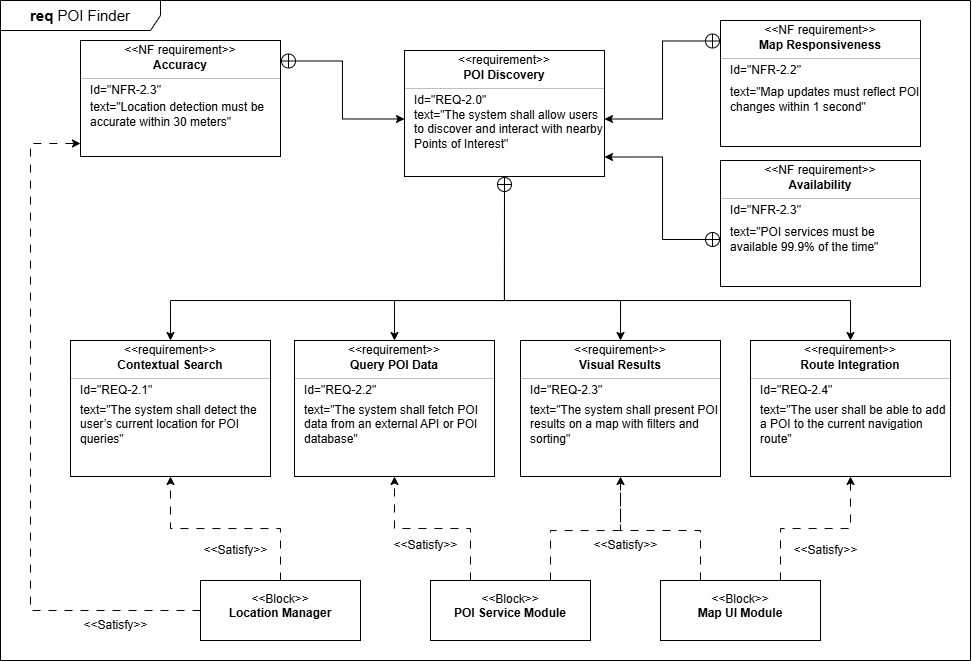
Earlier version of the draw.io export Diagrams/Requirement/Félix/POI_finder_requirement.png (luislamy/msp). Source tidied: cells renumbered, new cells last; positions are measured from the earlier drawing's top-left corner, leaving out a move shared by most shapes.
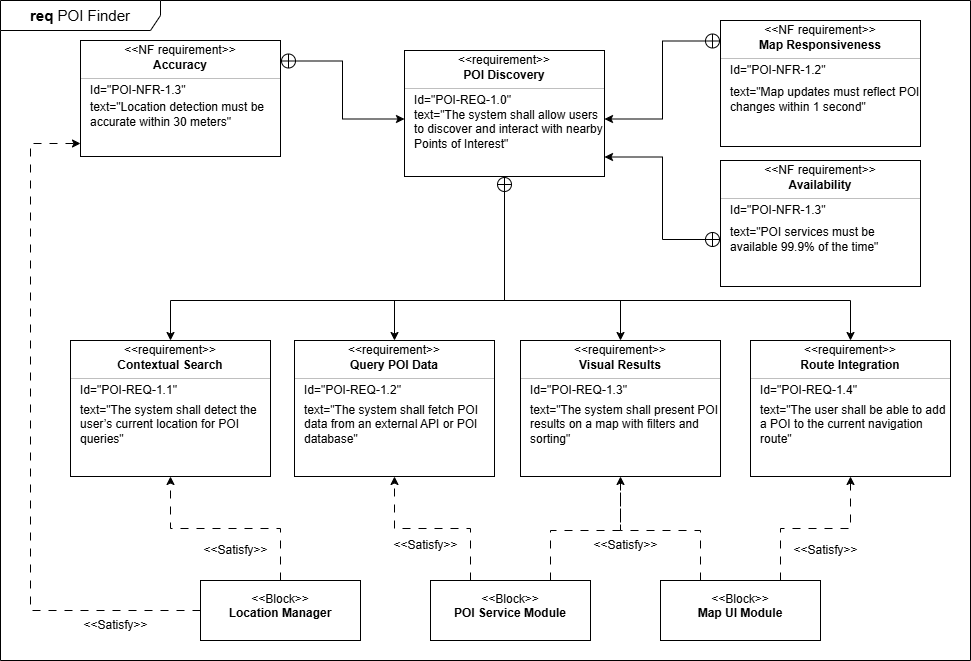
The same file after the commit.

Diff of the diagram source:
```diff
@@ -17,7 +17,7 @@
     <mxCell id="6" style="line;strokeWidth=0.25;fillColor=none;align=left;verticalAlign=middle;spacingTop=-1;spacingLeft=3;spacingRight=3;labelPosition=right;" parent="3" vertex="1">
       <mxGeometry y="34" width="200" height="8" as="geometry" />
     </mxCell>
-    <mxCell id="7" value="Id=&quot;&lt;span style=&quot;background-color: transparent;&quot;&gt;REQ-2.2&lt;/span&gt;&quot;" style="html=1;align=left;spacing=0;verticalAlign=middle;strokeColor=none;fillColor=none;whiteSpace=wrap;spacingLeft=10;" parent="3" vertex="1">
+    <mxCell id="7" value="Id=&quot;&lt;span style=&quot;background-color: transparent;&quot;&gt;POI-REQ-1.2&lt;/span&gt;&quot;" style="html=1;align=left;spacing=0;verticalAlign=middle;strokeColor=none;fillColor=none;whiteSpace=wrap;spacingLeft=10;" parent="3" vertex="1">
       <mxGeometry y="42" width="200" height="16" as="geometry" />
     </mxCell>
     <mxCell id="8" value="text=&quot;The system shall fetch POI data from an external API or POI database&quot;" style="html=1;align=left;spacing=0;verticalAlign=middle;strokeColor=none;fillColor=none;whiteSpace=wrap;spacingLeft=10;" parent="3" vertex="1">
@@ -38,7 +38,7 @@
     <mxCell id="13" style="line;strokeWidth=0.25;fillColor=none;align=left;verticalAlign=middle;spacingTop=-1;spacingLeft=3;spacingRight=3;labelPosition=right;" parent="10" vertex="1">
       <mxGeometry y="34" width="200" height="8" as="geometry" />
     </mxCell>
-    <mxCell id="14" value="Id=&quot;&lt;span style=&quot;background-color: transparent;&quot;&gt;REQ-2.3&lt;/span&gt;&quot;" style="html=1;align=left;spacing=0;verticalAlign=middle;strokeColor=none;fillColor=none;whiteSpace=wrap;spacingLeft=10;" parent="10" vertex="1">
+    <mxCell id="14" value="Id=&quot;&lt;span style=&quot;background-color: transparent;&quot;&gt;POI-REQ-1.3&lt;/span&gt;&quot;" style="html=1;align=left;spacing=0;verticalAlign=middle;strokeColor=none;fillColor=none;whiteSpace=wrap;spacingLeft=10;" parent="10" vertex="1">
       <mxGeometry y="42" width="200" height="16" as="geometry" />
     </mxCell>
     <mxCell id="15" value="text=&quot;The system shall present POI results on a map with filters and sorting&lt;span style=&quot;background-color: transparent; color: light-dark(rgb(0, 0, 0), rgb(255, 255, 255));&quot;&gt;&quot;&lt;/span&gt;" style="html=1;align=left;spacing=0;verticalAlign=middle;strokeColor=none;fillColor=none;whiteSpace=wrap;spacingLeft=10;" parent="10" vertex="1">
@@ -103,7 +103,7 @@
     <mxCell id="31" style="line;strokeWidth=0.25;fillColor=none;align=left;verticalAlign=middle;spacingTop=-1;spacingLeft=3;spacingRight=3;labelPosition=right;" parent="28" vertex="1">
       <mxGeometry y="34" width="200" height="8" as="geometry" />
     </mxCell>
-    <mxCell id="32" value="Id=&quot;&lt;span style=&quot;background-color: transparent;&quot;&gt;REQ-2.0&lt;/span&gt;&quot;" style="html=1;align=left;spacing=0;verticalAlign=middle;strokeColor=none;fillColor=none;whiteSpace=wrap;spacingLeft=10;" parent="28" vertex="1">
+    <mxCell id="32" value="Id=&quot;&lt;span style=&quot;background-color: transparent;&quot;&gt;POI-REQ-1.0&lt;/span&gt;&quot;" style="html=1;align=left;spacing=0;verticalAlign=middle;strokeColor=none;fillColor=none;whiteSpace=wrap;spacingLeft=10;" parent="28" vertex="1">
       <mxGeometry y="42" width="200" height="16" as="geometry" />
     </mxCell>
     <mxCell id="33" value="text=&quot;The system shall allow users to discover and interact with nearby Points of Interest&quot;" style="html=1;align=left;spacing=0;verticalAlign=middle;strokeColor=none;fillColor=none;whiteSpace=wrap;spacingLeft=10;" parent="28" vertex="1">
@@ -124,7 +124,7 @@
     <mxCell id="38" style="line;strokeWidth=0.25;fillColor=none;align=left;verticalAlign=middle;spacingTop=-1;spacingLeft=3;spacingRight=3;labelPosition=right;" parent="35" vertex="1">
       <mxGeometry y="34" width="200" height="8" as="geometry" />
     </mxCell>
-    <mxCell id="39" value="Id=&quot;&lt;span style=&quot;background-color: transparent;&quot;&gt;REQ-2.1&lt;/span&gt;&quot;" style="html=1;align=left;spacing=0;verticalAlign=middle;strokeColor=none;fillColor=none;whiteSpace=wrap;spacingLeft=10;" parent="35" vertex="1">
+    <mxCell id="39" value="Id=&quot;&lt;span style=&quot;background-color: transparent;&quot;&gt;POI-REQ-1.1&lt;/span&gt;&quot;" style="html=1;align=left;spacing=0;verticalAlign=middle;strokeColor=none;fillColor=none;whiteSpace=wrap;spacingLeft=10;" parent="35" vertex="1">
       <mxGeometry y="42" width="200" height="16" as="geometry" />
     </mxCell>
     <mxCell id="40" value="text=&quot;The system shall detect the user’s current location for POI queries&lt;span style=&quot;background-color: transparent; color: light-dark(rgb(0, 0, 0), rgb(255, 255, 255));&quot;&gt;&quot;&lt;/span&gt;" style="html=1;align=left;spacing=0;verticalAlign=middle;strokeColor=none;fillColor=none;whiteSpace=wrap;spacingLeft=10;" parent="35" vertex="1">
@@ -169,7 +169,7 @@
     <mxCell id="48" style="line;strokeWidth=0.25;fillColor=none;align=left;verticalAlign=middle;spacingTop=-1;spacingLeft=3;spacingRight=3;labelPosition=right;" parent="45" vertex="1">
       <mxGeometry y="34" width="200" height="8" as="geometry" />
     </mxCell>
-    <mxCell id="49" value="Id=&quot;&lt;span style=&quot;background-color: transparent;&quot;&gt;NFR-2.2&lt;/span&gt;&quot;" style="html=1;align=left;spacing=0;verticalAlign=middle;strokeColor=none;fillColor=none;whiteSpace=wrap;spacingLeft=10;" parent="45" vertex="1">
+    <mxCell id="49" value="Id=&quot;&lt;span style=&quot;background-color: transparent;&quot;&gt;POI-NFR-1.2&lt;/span&gt;&quot;" style="html=1;align=left;spacing=0;verticalAlign=middle;strokeColor=none;fillColor=none;whiteSpace=wrap;spacingLeft=10;" parent="45" vertex="1">
       <mxGeometry y="42" width="200" height="16" as="geometry" />
     </mxCell>
     <mxCell id="50" value="text=&quot;Map updates must reflect POI changes within 1 second&lt;span style=&quot;background-color: transparent; color: light-dark(rgb(0, 0, 0), rgb(255, 255, 255));&quot;&gt;&quot;&lt;/span&gt;" style="html=1;align=left;spacing=0;verticalAlign=middle;strokeColor=none;fillColor=none;whiteSpace=wrap;spacingLeft=10;" parent="45" vertex="1">
@@ -190,7 +190,7 @@
     <mxCell id="55" style="line;strokeWidth=0.25;fillColor=none;align=left;verticalAlign=middle;spacingTop=-1;spacingLeft=3;spacingRight=3;labelPosition=right;" parent="52" vertex="1">
       <mxGeometry y="34" width="200" height="8" as="geometry" />
     </mxCell>
-    <mxCell id="56" value="Id=&quot;&lt;span style=&quot;background-color: transparent;&quot;&gt;NFR-2.3&lt;/span&gt;&quot;" style="html=1;align=left;spacing=0;verticalAlign=middle;strokeColor=none;fillColor=none;whiteSpace=wrap;spacingLeft=10;" parent="52" vertex="1">
+    <mxCell id="56" value="Id=&quot;&lt;span style=&quot;background-color: transparent;&quot;&gt;POI-NFR-1.3&lt;/span&gt;&quot;" style="html=1;align=left;spacing=0;verticalAlign=middle;strokeColor=none;fillColor=none;whiteSpace=wrap;spacingLeft=10;" parent="52" vertex="1">
       <mxGeometry y="42" width="200" height="16" as="geometry" />
     </mxCell>
     <mxCell id="57" value="text=&quot;Location detection must be accurate within 30 meters&quot;&lt;span style=&quot;background-color: transparent;&quot;&gt;&lt;font&gt;&lt;font color=&quot;rgba(0, 0, 0, 0)&quot;&gt;&quot;&lt;/font&gt;&lt;/font&gt;&lt;/span&gt;" style="html=1;align=left;spacing=0;verticalAlign=middle;strokeColor=none;fillColor=none;whiteSpace=wrap;spacingLeft=10;" parent="52" vertex="1">
@@ -211,7 +211,7 @@
     <mxCell id="62" style="line;strokeWidth=0.25;fillColor=none;align=left;verticalAlign=middle;spacingTop=-1;spacingLeft=3;spacingRight=3;labelPosition=right;" parent="59" vertex="1">
       <mxGeometry y="34" width="200" height="8" as="geometry" />
     </mxCell>
-    <mxCell id="63" value="Id=&quot;&lt;span style=&quot;background-color: transparent;&quot;&gt;REQ-2.4&lt;/span&gt;&quot;" style="html=1;align=left;spacing=0;verticalAlign=middle;strokeColor=none;fillColor=none;whiteSpace=wrap;spacingLeft=10;" parent="59" vertex="1">
+    <mxCell id="63" value="Id=&quot;&lt;span style=&quot;background-color: transparent;&quot;&gt;POI-REQ-1.4&lt;/span&gt;&quot;" style="html=1;align=left;spacing=0;verticalAlign=middle;strokeColor=none;fillColor=none;whiteSpace=wrap;spacingLeft=10;" parent="59" vertex="1">
       <mxGeometry y="42" width="200" height="16" as="geometry" />
     </mxCell>
     <mxCell id="64" value="text=&quot;The user shall be able to add a POI to the current navigation route&quot;&lt;span style=&quot;background-color: transparent;&quot;&gt;&lt;font color=&quot;rgba(0, 0, 0, 0)&quot;&gt;&quot;&lt;/font&gt;&lt;/span&gt;" style="html=1;align=left;spacing=0;verticalAlign=middle;strokeColor=none;fillColor=none;whiteSpace=wrap;spacingLeft=10;" parent="59" vertex="1">
@@ -240,7 +240,7 @@
     <mxCell id="70" style="line;strokeWidth=0.25;fillColor=none;align=left;verticalAlign=middle;spacingTop=-1;spacingLeft=3;spacingRight=3;labelPosition=right;" parent="67" vertex="1">
       <mxGeometry y="34" width="200" height="8" as="geometry" />
     </mxCell>
-    <mxCell id="71" value="Id=&quot;&lt;span style=&quot;background-color: transparent;&quot;&gt;NFR-2.3&lt;/span&gt;&quot;" style="html=1;align=left;spacing=0;verticalAlign=middle;strokeColor=none;fillColor=none;whiteSpace=wrap;spacingLeft=10;" parent="67" vertex="1">
+    <mxCell id="71" value="Id=&quot;&lt;span style=&quot;background-color: transparent;&quot;&gt;POI-NFR-1.3&lt;/span&gt;&quot;" style="html=1;align=left;spacing=0;verticalAlign=middle;strokeColor=none;fillColor=none;whiteSpace=wrap;spacingLeft=10;" parent="67" vertex="1">
       <mxGeometry y="42" width="200" height="16" as="geometry" />
     </mxCell>
     <mxCell id="72" value="text=&quot;POI services must be available 99.9% of the time&lt;span style=&quot;background-color: transparent; color: light-dark(rgb(0, 0, 0), rgb(255, 255, 255));&quot;&gt;&quot;&lt;/span&gt;" style="html=1;align=left;spacing=0;verticalAlign=middle;strokeColor=none;fillColor=none;whiteSpace=wrap;spacingLeft=10;" parent="67" vertex="1">
```
